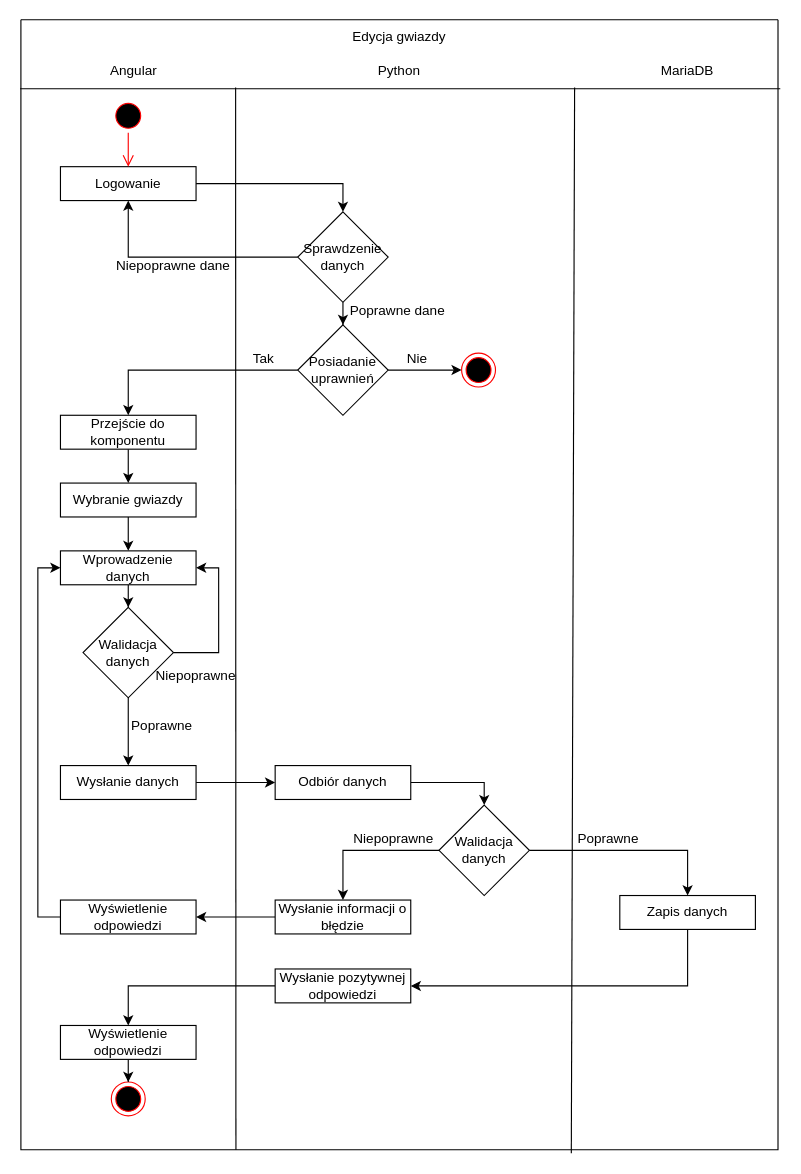
Quadium9/Projekt_I keeps this draw.io diagram as Diagram/EditStar.drawio. Above is the earlier version. Source tidied: cells renumbered, new cells numbered last; positions are measured from the earlier drawing's top-left corner, leaving out a move shared by most shapes. Both pictures are drawn from the tidied source at 113%, with x=0, y=0 at pixel (20, 19).
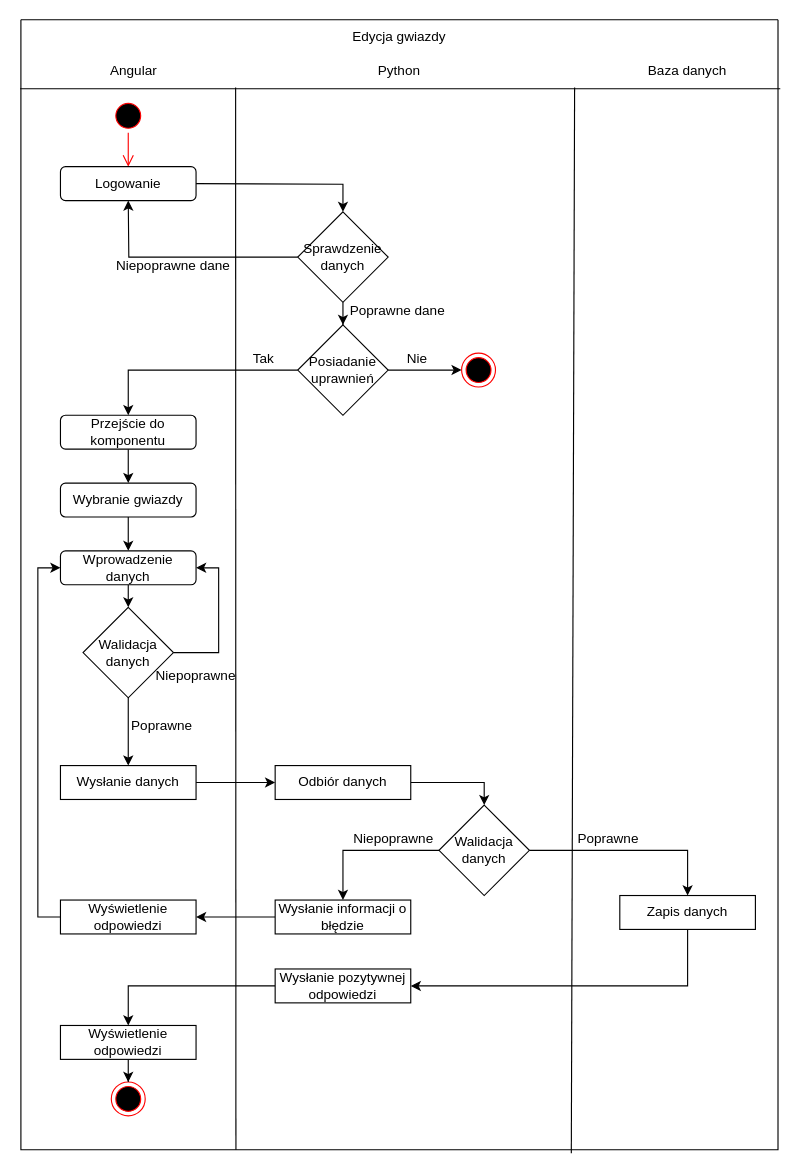
The same diagram, later.

The change refers to these unchanged cells:
```xml
<mxCell id="2" style="swimlane;startSize=0;" parent="1" vertex="1">
  <mxGeometry width="670" height="1000" as="geometry" />
</mxCell>
<mxCell id="15" value="Sprawdzenie danych" style="rhombus;whiteSpace=wrap;html=1;" parent="2" vertex="1">
  <mxGeometry x="245" y="170" width="80" height="80" as="geometry" />
</mxCell>
<mxCell id="18" value="Posiadanie uprawnień" style="rhombus;whiteSpace=wrap;html=1;" parent="2" vertex="1">
  <mxGeometry x="245" y="270" width="80" height="80" as="geometry" />
</mxCell>
<mxCell id="38" value="Wyświetlenie odpowiedzi" style="rounded=0;whiteSpace=wrap;html=1;" parent="2" vertex="1">
  <mxGeometry x="35" y="779" width="120" height="30" as="geometry" />
</mxCell>
<mxCell id="49" value="Walidacja danych" style="rhombus;whiteSpace=wrap;html=1;" parent="2" vertex="1">
  <mxGeometry x="55" y="520" width="80" height="80" as="geometry" />
</mxCell>
```

Change to the diagram source:
```diff
@@
-    <mxCell id="4" value="MariaDB" style="text;html=1;strokeColor=none;fillColor=none;align=center;verticalAlign=middle;whiteSpace=wrap;rounded=0;" parent="2" vertex="1">
-      <mxGeometry x="560" y="30" width="60" height="30" as="geometry" />
+    <mxCell id="4" value="Baza danych" style="text;html=1;strokeColor=none;fillColor=none;align=center;verticalAlign=middle;whiteSpace=wrap;rounded=0;" parent="2" vertex="1">
+      <mxGeometry x="550" y="30" width="80" height="30" as="geometry" />
     </mxCell>
@@
-    <mxCell id="9" style="edgeStyle=orthogonalEdgeStyle;rounded=0;jettySize=auto;html=1;entryX=0.5;entryY=0;entryDx=0;entryDy=0;" parent="2" edge="1" source="10" target="15">
-      <mxGeometry relative="1" as="geometry" />
+    <mxCell id="9" style="edgeStyle=orthogonalEdgeStyle;rounded=0;jettySize=auto;html=1;entryX=0.5;entryY=0;entryDx=0;entryDy=0;" parent="2" edge="1" target="15">
+      <mxGeometry relative="1" as="geometry">
+        <mxPoint x="155" y="145" as="sourcePoint" />
+      </mxGeometry>
     </mxCell>
-    <mxCell id="10" value="Logowanie" style="rounded=0;whiteSpace=wrap;html=1;" parent="2" vertex="1">
-      <mxGeometry x="35" y="130" width="120" height="30" as="geometry" />
-    </mxCell>
@@
-    <mxCell id="13" style="edgeStyle=orthogonalEdgeStyle;rounded=0;jettySize=auto;html=1;entryX=0.5;entryY=1;entryDx=0;entryDy=0;" parent="2" edge="1" source="15" target="10">
-      <mxGeometry relative="1" as="geometry" />
+    <mxCell id="13" style="edgeStyle=orthogonalEdgeStyle;rounded=0;jettySize=auto;html=1;entryX=0.5;entryY=1;entryDx=0;entryDy=0;" parent="2" edge="1" source="15">
+      <mxGeometry relative="1" as="geometry">
+        <mxPoint x="95" y="160" as="targetPoint" />
+      </mxGeometry>
     </mxCell>
@@
-    <mxCell id="17" style="edgeStyle=orthogonalEdgeStyle;rounded=0;jettySize=auto;html=1;entryX=0.5;entryY=0;entryDx=0;entryDy=0;" parent="2" edge="1" source="18" target="20">
-      <mxGeometry relative="1" as="geometry" />
+    <mxCell id="17" style="edgeStyle=orthogonalEdgeStyle;rounded=0;jettySize=auto;html=1;entryX=0.5;entryY=0;entryDx=0;entryDy=0;" parent="2" edge="1" source="18">
+      <mxGeometry relative="1" as="geometry">
+        <mxPoint x="95" y="350" as="targetPoint" />
+        <Array as="points">
+          <mxPoint x="95" y="310" />
+        </Array>
+      </mxGeometry>
     </mxCell>
@@
-    <mxCell id="19" style="edgeStyle=orthogonalEdgeStyle;rounded=0;jettySize=auto;html=1;entryX=0.5;entryY=0;entryDx=0;entryDy=0;" parent="2" edge="1" source="20" target="23">
-      <mxGeometry relative="1" as="geometry" />
+    <mxCell id="19" style="edgeStyle=orthogonalEdgeStyle;rounded=0;orthogonalLoop=1;jettySize=auto;html=1;entryX=0.5;entryY=0;entryDx=0;entryDy=0;" parent="2" edge="1">
+      <mxGeometry relative="1" as="geometry">
+        <mxPoint x="95" y="380" as="sourcePoint" />
+        <mxPoint x="95" y="410" as="targetPoint" />
+      </mxGeometry>
     </mxCell>
-    <mxCell id="20" value="Przejście do komponentu" style="rounded=0;whiteSpace=wrap;html=1;" parent="2" vertex="1">
-      <mxGeometry x="35" y="350" width="120" height="30" as="geometry" />
-    </mxCell>
@@
-    <mxCell id="22" style="edgeStyle=orthogonalEdgeStyle;rounded=0;jettySize=auto;html=1;entryX=0.5;entryY=0;entryDx=0;entryDy=0;" parent="2" edge="1" source="23" target="25">
-      <mxGeometry relative="1" as="geometry" />
+    <mxCell id="22" style="edgeStyle=orthogonalEdgeStyle;rounded=0;orthogonalLoop=1;jettySize=auto;html=1;entryX=0.5;entryY=0;entryDx=0;entryDy=0;" parent="2" edge="1">
+      <mxGeometry relative="1" as="geometry">
+        <mxPoint x="95" y="440" as="sourcePoint" />
+        <mxPoint x="95" y="470" as="targetPoint" />
+      </mxGeometry>
     </mxCell>
-    <mxCell id="23" value="Wybranie gwiazdy" style="rounded=0;whiteSpace=wrap;html=1;" parent="2" vertex="1">
-      <mxGeometry x="35" y="410" width="120" height="30" as="geometry" />
-    </mxCell>
-    <mxCell id="24" style="edgeStyle=orthogonalEdgeStyle;rounded=0;jettySize=auto;html=1;entryX=0.5;entryY=0;entryDx=0;entryDy=0;" parent="2" edge="1" source="25" target="49">
-      <mxGeometry relative="1" as="geometry" />
+    <mxCell id="24" style="edgeStyle=orthogonalEdgeStyle;rounded=0;jettySize=auto;html=1;entryX=0.5;entryY=0;entryDx=0;entryDy=0;" parent="2" edge="1" target="49">
+      <mxGeometry relative="1" as="geometry">
+        <mxPoint x="95" y="500" as="sourcePoint" />
+      </mxGeometry>
     </mxCell>
-    <mxCell id="25" value="Wprowadzenie danych" style="rounded=0;whiteSpace=wrap;html=1;" parent="2" vertex="1">
-      <mxGeometry x="35" y="470" width="120" height="30" as="geometry" />
-    </mxCell>
@@
-    <mxCell id="37" style="edgeStyle=orthogonalEdgeStyle;rounded=0;jettySize=auto;html=1;entryX=0;entryY=0.5;entryDx=0;entryDy=0;" parent="2" edge="1" source="38" target="25">
+    <mxCell id="37" style="edgeStyle=orthogonalEdgeStyle;rounded=0;jettySize=auto;html=1;entryX=0;entryY=0.5;entryDx=0;entryDy=0;" parent="2" edge="1" source="38">
       <mxGeometry relative="1" as="geometry">
+        <mxPoint x="35" y="485" as="targetPoint" />
         <Array as="points">
           <mxPoint x="15" y="794" />
           <mxPoint x="15" y="485" />
         </Array>
       </mxGeometry>
     </mxCell>
@@
-    <mxCell id="48" style="edgeStyle=orthogonalEdgeStyle;rounded=0;jettySize=auto;html=1;entryX=1;entryY=0.5;entryDx=0;entryDy=0;" parent="2" edge="1" source="49" target="25">
+    <mxCell id="48" style="edgeStyle=orthogonalEdgeStyle;rounded=0;jettySize=auto;html=1;entryX=1;entryY=0.5;entryDx=0;entryDy=0;" parent="2" edge="1" source="49">
       <mxGeometry relative="1" as="geometry">
+        <mxPoint x="155" y="485" as="targetPoint" />
         <Array as="points">
           <mxPoint x="175" y="560" />
           <mxPoint x="175" y="485" />
         </Array>
       </mxGeometry>
     </mxCell>
@@
+    <mxCell id="10" value="&lt;span&gt;Logowanie&lt;/span&gt;" style="rounded=1;whiteSpace=wrap;html=1;" parent="2" vertex="1">
+      <mxGeometry x="35" y="130" width="120" height="30" as="geometry" />
+    </mxCell>
+    <mxCell id="20" value="Przejście do komponentu" style="rounded=1;whiteSpace=wrap;html=1;" parent="2" vertex="1">
+      <mxGeometry x="35" y="350" width="120" height="30" as="geometry" />
+    </mxCell>
+    <mxCell id="23" value="Wybranie gwiazdy" style="rounded=1;whiteSpace=wrap;html=1;" parent="2" vertex="1">
+      <mxGeometry x="35" y="410" width="120" height="30" as="geometry" />
+    </mxCell>
+    <mxCell id="25" value="Wprowadzenie danych" style="rounded=1;whiteSpace=wrap;html=1;" parent="2" vertex="1">
+      <mxGeometry x="35" y="470" width="120" height="30" as="geometry" />
+    </mxCell>
```
